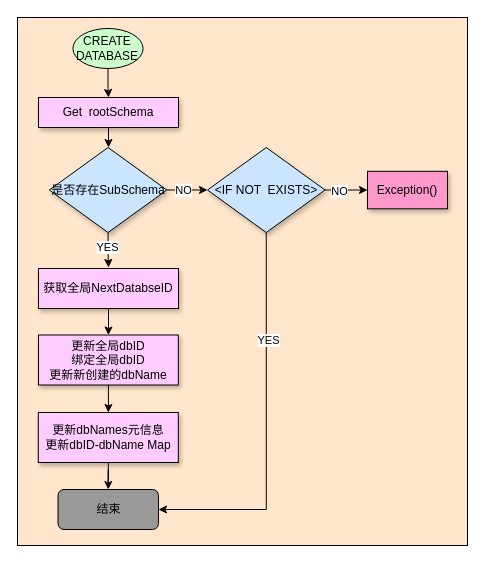
This is parser_ddl_createSchema.drawio from arlottang/tdh_bit, a draw.io file, before an edit. Source tidied: cells renumbered, new cells numbered last; positions are measured from the earlier drawing's top-left corner, leaving out a move shared by most shapes. Both pictures are drawn from the tidied source at 100%, with x=0, y=0 at pixel (17, 17).
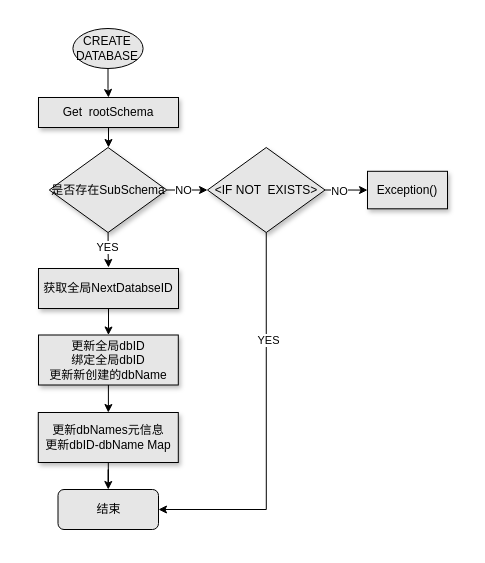
The same page after the edit.

What changed in the source:
```diff
@@
-    <mxCell id="2" style="rounded=0;whiteSpace=wrap;html=1;fillColor=#FFE6CC;" parent="1" vertex="1">
-      <mxGeometry width="450" height="528" as="geometry" />
-    </mxCell>
-    <mxCell id="3" style="edgeStyle=orthogonalEdgeStyle;rounded=0;jettySize=auto;html=1;" parent="1" edge="1" source="4" target="9">
+    <mxCell id="3" style="edgeStyle=orthogonalEdgeStyle;rounded=0;jettySize=auto;html=1;fillColor=#E6E6E6;" parent="1" edge="1" source="4" target="9">
       <mxGeometry relative="1" as="geometry" />
     </mxCell>
-    <mxCell id="4" value="Get&amp;nbsp; rootSchema" style="rounded=0;whiteSpace=wrap;html=1;fillColor=#FFCCFF;shadow=1;" parent="1" vertex="1">
+    <mxCell id="4" value="Get&amp;nbsp; rootSchema" style="rounded=0;whiteSpace=wrap;html=1;fillColor=#E6E6E6;shadow=1;" parent="1" vertex="1">
       <mxGeometry x="21" y="80" width="140" height="30" as="geometry" />
     </mxCell>
-    <mxCell id="5" style="edgeStyle=orthogonalEdgeStyle;rounded=0;jettySize=auto;html=1;" parent="1" edge="1" source="9" target="19">
+    <mxCell id="5" style="edgeStyle=orthogonalEdgeStyle;rounded=0;jettySize=auto;html=1;fillColor=#E6E6E6;" parent="1" edge="1" source="9" target="19">
       <mxGeometry relative="1" as="geometry" />
     </mxCell>
-    <mxCell id="6" value="NO" style="edgeLabel;html=1;align=center;verticalAlign=middle;" parent="5" vertex="1">
+    <mxCell id="6" value="NO" style="edgeLabel;html=1;align=center;verticalAlign=middle;fillColor=#E6E6E6;" parent="5" vertex="1">
       <mxGeometry x="0.18" relative="1" as="geometry">
         <mxPoint x="-8" as="offset" />
       </mxGeometry>
     </mxCell>
-    <mxCell id="7" style="edgeStyle=orthogonalEdgeStyle;rounded=0;jettySize=auto;html=1;" parent="1" edge="1" source="9">
+    <mxCell id="7" style="edgeStyle=orthogonalEdgeStyle;rounded=0;jettySize=auto;html=1;fillColor=#E6E6E6;" parent="1" edge="1" source="9">
       <mxGeometry relative="1" as="geometry">
         <mxPoint x="91" y="250" as="targetPoint" />
       </mxGeometry>
     </mxCell>
-    <mxCell id="8" value="YES" style="edgeLabel;html=1;align=center;verticalAlign=middle;" parent="7" vertex="1">
+    <mxCell id="8" value="YES" style="edgeLabel;html=1;align=center;verticalAlign=middle;fillColor=#E6E6E6;" parent="7" vertex="1">
       <mxGeometry x="-0.17" y="-1" relative="1" as="geometry" />
     </mxCell>
-    <mxCell id="9" value="是否存在SubSchema" style="rhombus;whiteSpace=wrap;html=1;fillColor=#CCE5FF;rounded=0;shadow=1;" parent="1" vertex="1">
+    <mxCell id="9" value="是否存在SubSchema" style="rhombus;whiteSpace=wrap;html=1;fillColor=#E6E6E6;rounded=0;shadow=1;" parent="1" vertex="1">
       <mxGeometry x="31.8" y="130" width="117.5" height="85" as="geometry" />
     </mxCell>
-    <mxCell id="10" style="edgeStyle=orthogonalEdgeStyle;rounded=0;jettySize=auto;html=1;entryX=0.5;entryY=0;entryDx=0;entryDy=0;" parent="1" edge="1" source="11" target="13">
+    <mxCell id="10" style="edgeStyle=orthogonalEdgeStyle;rounded=0;jettySize=auto;html=1;entryX=0.5;entryY=0;entryDx=0;entryDy=0;fillColor=#E6E6E6;" parent="1" edge="1" source="11" target="13">
       <mxGeometry relative="1" as="geometry" />
     </mxCell>
-    <mxCell id="11" value="获取全局NextDatabseID" style="whiteSpace=wrap;html=1;fillColor=#FFCCFF;rounded=0;shadow=1;" parent="1" vertex="1">
+    <mxCell id="11" value="获取全局NextDatabseID" style="whiteSpace=wrap;html=1;fillColor=#E6E6E6;rounded=0;shadow=1;" parent="1" vertex="1">
       <mxGeometry x="21" y="251" width="140" height="40" as="geometry" />
     </mxCell>
-    <mxCell id="12" style="edgeStyle=orthogonalEdgeStyle;rounded=0;jettySize=auto;html=1;" parent="1" edge="1" source="13" target="15">
+    <mxCell id="12" style="edgeStyle=orthogonalEdgeStyle;rounded=0;jettySize=auto;html=1;fillColor=#E6E6E6;" parent="1" edge="1" source="13" target="15">
       <mxGeometry relative="1" as="geometry" />
     </mxCell>
-    <mxCell id="13" value="更新全局dbID&lt;br&gt;绑定全局dbID&lt;br&gt;更新新创建的dbName" style="whiteSpace=wrap;html=1;fillColor=#FFCCFF;rounded=0;shadow=1;" parent="1" vertex="1">
+    <mxCell id="13" value="更新全局dbID&lt;br&gt;绑定全局dbID&lt;br&gt;更新新创建的dbName" style="whiteSpace=wrap;html=1;fillColor=#E6E6E6;rounded=0;shadow=1;" parent="1" vertex="1">
       <mxGeometry x="21" y="317.5" width="139.8" height="50" as="geometry" />
     </mxCell>
-    <mxCell id="14" style="edgeStyle=orthogonalEdgeStyle;rounded=0;jettySize=auto;html=1;entryX=0.5;entryY=0;entryDx=0;entryDy=0;" parent="1" edge="1" source="15" target="20">
+    <mxCell id="14" style="edgeStyle=orthogonalEdgeStyle;rounded=0;jettySize=auto;html=1;entryX=0.5;entryY=0;entryDx=0;entryDy=0;fillColor=#E6E6E6;" parent="1" edge="1" source="15" target="20">
       <mxGeometry relative="1" as="geometry" />
     </mxCell>
-    <mxCell id="15" value="更新dbNames元信息&lt;br&gt;更新dbID-dbName Map" style="whiteSpace=wrap;html=1;fillColor=#FFCCFF;rounded=0;shadow=1;" parent="1" vertex="1">
+    <mxCell id="15" value="更新dbNames元信息&lt;br&gt;更新dbID-dbName Map" style="whiteSpace=wrap;html=1;fillColor=#E6E6E6;rounded=0;shadow=1;" parent="1" vertex="1">
       <mxGeometry x="20.8" y="395" width="140" height="50" as="geometry" />
     </mxCell>
-    <mxCell id="16" value="Exception()" style="whiteSpace=wrap;html=1;fillColor=#FF99CC;rounded=0;shadow=1;" parent="1" vertex="1">
+    <mxCell id="16" value="Exception()" style="whiteSpace=wrap;html=1;fillColor=#E6E6E6;rounded=0;shadow=1;" parent="1" vertex="1">
       <mxGeometry x="350" y="153.8" width="80" height="37.5" as="geometry" />
     </mxCell>
-    <mxCell id="17" style="edgeStyle=orthogonalEdgeStyle;rounded=0;jettySize=auto;html=1;" parent="1" edge="1" source="19" target="16">
+    <mxCell id="17" style="edgeStyle=orthogonalEdgeStyle;rounded=0;jettySize=auto;html=1;fillColor=#E6E6E6;" parent="1" edge="1" source="19" target="16">
       <mxGeometry relative="1" as="geometry" />
     </mxCell>
-    <mxCell id="18" value="NO" style="edgeLabel;html=1;align=center;verticalAlign=middle;" parent="17" vertex="1">
+    <mxCell id="18" value="NO" style="edgeLabel;html=1;align=center;verticalAlign=middle;fillColor=#E6E6E6;" parent="17" vertex="1">
       <mxGeometry x="-0.32" relative="1" as="geometry">
         <mxPoint y="1" as="offset" />
       </mxGeometry>
     </mxCell>
-    <mxCell id="19" value="&amp;lt;IF NOT &lt;span style=&quot;white-space: pre&quot;&gt; &lt;/span&gt;EXISTS&amp;gt;" style="rhombus;whiteSpace=wrap;html=1;fillColor=#CCE5FF;rounded=0;shadow=1;" parent="1" vertex="1">
+    <mxCell id="19" value="&amp;lt;IF NOT &lt;span style=&quot;white-space: pre&quot;&gt; &lt;/span&gt;EXISTS&amp;gt;" style="rhombus;whiteSpace=wrap;html=1;fillColor=#E6E6E6;rounded=0;shadow=1;" parent="1" vertex="1">
       <mxGeometry x="190" y="130" width="117.5" height="85" as="geometry" />
     </mxCell>
-    <mxCell id="20" value="结束" style="rounded=1;whiteSpace=wrap;html=1;fillColor=#999999;" parent="1" vertex="1">
+    <mxCell id="20" value="结束" style="rounded=1;whiteSpace=wrap;html=1;fillColor=#E6E6E6;" parent="1" vertex="1">
       <mxGeometry x="40.5" y="472" width="100.5" height="40" as="geometry" />
     </mxCell>
-    <mxCell id="21" style="edgeStyle=orthogonalEdgeStyle;rounded=0;jettySize=auto;html=1;" parent="1" edge="1" source="22" target="4">
+    <mxCell id="21" style="edgeStyle=orthogonalEdgeStyle;rounded=0;jettySize=auto;html=1;fillColor=#E6E6E6;" parent="1" edge="1" source="22" target="4">
       <mxGeometry relative="1" as="geometry" />
     </mxCell>
-    <mxCell id="22" value="CREATE DATABASE" style="ellipse;whiteSpace=wrap;html=1;fillColor=#CCFFCC;" parent="1" vertex="1">
+    <mxCell id="22" value="CREATE DATABASE" style="ellipse;whiteSpace=wrap;html=1;fillColor=#E6E6E6;" parent="1" vertex="1">
       <mxGeometry x="55.4" y="11" width="70.2" height="40" as="geometry" />
     </mxCell>
-    <mxCell id="23" style="edgeStyle=orthogonalEdgeStyle;rounded=0;jettySize=auto;html=1;fontSize=6;exitX=0.5;exitY=1;exitDx=0;exitDy=0;entryX=1;entryY=0.5;entryDx=0;entryDy=0;" parent="1" edge="1" source="19" target="20">
+    <mxCell id="23" style="edgeStyle=orthogonalEdgeStyle;rounded=0;jettySize=auto;html=1;fontSize=6;exitX=0.5;exitY=1;exitDx=0;exitDy=0;entryX=1;entryY=0.5;entryDx=0;entryDy=0;fillColor=#E6E6E6;" parent="1" edge="1" source="19" target="20">
       <mxGeometry relative="1" as="geometry" />
     </mxCell>
-    <mxCell id="24" value="YES" style="edgeLabel;html=1;align=center;verticalAlign=middle;" parent="23" vertex="1">
+    <mxCell id="24" value="YES" style="edgeLabel;html=1;align=center;verticalAlign=middle;fillColor=#E6E6E6;" parent="23" vertex="1">
       <mxGeometry x="-0.38" y="2" relative="1" as="geometry">
         <mxPoint y="-11" as="offset" />
       </mxGeometry>
     </mxCell>
```
